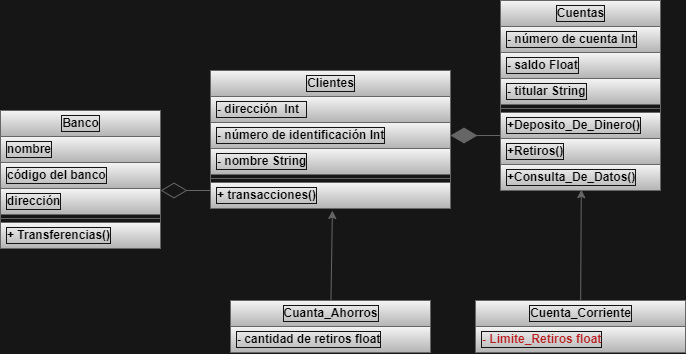
The draw.io diagram taller3.drawio.png in DiazMan27/Modelado_Diagram, before a commit. Source tidied: cells renumbered, new cells last; positions are measured from the earlier drawing's top-left corner, leaving out a move shared by most shapes.
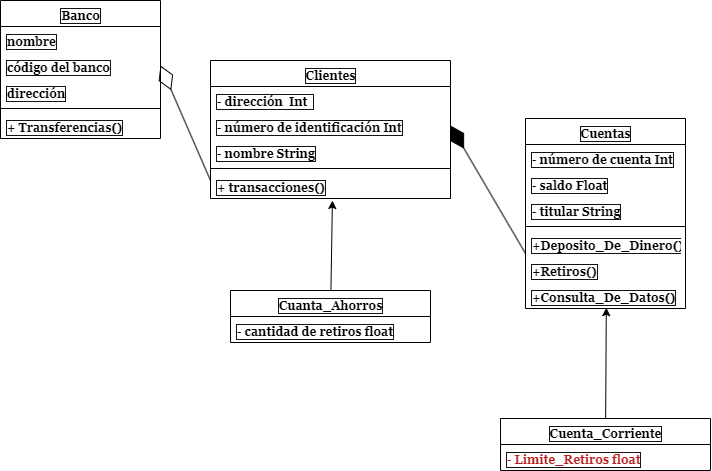
After the change.

Change to the diagram source:
```diff
@@ -1,92 +1,91 @@
-<mxGraphModel background="#171616" shadow="1">
+<mxGraphModel shadow="1">
   <root>
     <mxCell id="0" />
     <mxCell id="1" parent="0" />
-    <mxCell id="2" value="Banco" style="swimlane;fontStyle=1;align=center;verticalAlign=middle;horizontal=1;startSize=26;labelBackgroundColor=none;labelBorderColor=#161313;html=1;rounded=0;fillColor=#f5f5f5;strokeColor=#666666;gradientColor=#b3b3b3;fontColor=#000000;" parent="1" vertex="1">
-      <mxGeometry y="110" width="160" height="138" as="geometry" />
+    <mxCell id="2" value="Banco" style="swimlane;fontStyle=1;align=center;verticalAlign=bottom;horizontal=1;startSize=26;labelBackgroundColor=none;labelBorderColor=#161313;html=1;rounded=0;swimlaneLine=1;shadow=0;fixDash=0;fontFamily=Georgia;" parent="1" vertex="1">
+      <mxGeometry y="10" width="160" height="138" as="geometry" />
     </mxCell>
-    <mxCell id="3" value="nombre" style="text;align=left;verticalAlign=middle;spacingLeft=4;spacingRight=4;overflow=hidden;fontStyle=1;labelBackgroundColor=none;labelBorderColor=#161313;html=1;rounded=0;fillColor=#f5f5f5;strokeColor=#666666;gradientColor=#b3b3b3;fontColor=#000000;" parent="2" vertex="1">
+    <mxCell id="3" value="nombre" style="text;align=left;verticalAlign=bottom;spacingLeft=4;spacingRight=4;overflow=hidden;fontStyle=1;labelBackgroundColor=none;labelBorderColor=#161313;html=1;rounded=0;swimlaneLine=1;shadow=0;fixDash=0;fontFamily=Georgia;horizontal=1;" parent="2" vertex="1">
       <mxGeometry y="26" width="160" height="26" as="geometry" />
     </mxCell>
-    <mxCell id="4" value="código del banco" style="text;align=left;verticalAlign=middle;spacingLeft=4;spacingRight=4;overflow=hidden;points=[[0,0.5],[1,0.5]];portConstraint=eastwest;fontStyle=1;labelBackgroundColor=none;labelBorderColor=#161313;html=1;rounded=0;fillColor=#f5f5f5;strokeColor=#666666;gradientColor=#b3b3b3;fontColor=#000000;" parent="2" vertex="1">
+    <mxCell id="4" value="código del banco" style="text;align=left;verticalAlign=bottom;spacingLeft=4;spacingRight=4;overflow=hidden;points=[[0,0.5],[1,0.5]];portConstraint=eastwest;fontStyle=1;labelBackgroundColor=none;labelBorderColor=#161313;html=1;rounded=0;swimlaneLine=1;shadow=0;snapToPoint=0;fixDash=0;fontFamily=Georgia;horizontal=1;" parent="2" vertex="1">
       <mxGeometry y="52" width="160" height="26" as="geometry" />
     </mxCell>
-    <mxCell id="5" value="dirección" style="text;align=left;verticalAlign=middle;spacingLeft=4;spacingRight=4;overflow=hidden;fontStyle=1;labelBackgroundColor=none;labelBorderColor=#161313;html=1;rounded=0;fillColor=#f5f5f5;strokeColor=#666666;gradientColor=#b3b3b3;fontColor=#000000;" parent="2" vertex="1">
+    <mxCell id="5" value="dirección" style="text;align=left;verticalAlign=bottom;spacingLeft=4;spacingRight=4;overflow=hidden;fontStyle=1;labelBackgroundColor=none;labelBorderColor=#161313;html=1;rounded=0;swimlaneLine=1;shadow=0;fixDash=0;fontFamily=Georgia;horizontal=1;" parent="2" vertex="1">
       <mxGeometry y="78" width="160" height="26" as="geometry" />
     </mxCell>
-    <mxCell id="6" style="line;strokeWidth=1;align=left;verticalAlign=middle;spacingTop=-1;spacingLeft=3;spacingRight=3;labelPosition=right;fontStyle=1;labelBackgroundColor=none;labelBorderColor=#161313;html=1;rounded=0;fillColor=#f5f5f5;strokeColor=#666666;gradientColor=#b3b3b3;fontColor=#000000;" parent="2" vertex="1">
+    <mxCell id="6" style="line;strokeWidth=1;align=left;verticalAlign=bottom;spacingTop=-1;spacingLeft=3;spacingRight=3;labelPosition=right;fontStyle=1;labelBackgroundColor=none;labelBorderColor=#161313;html=1;rounded=0;swimlaneLine=1;shadow=0;fixDash=0;fontFamily=Georgia;horizontal=1;" parent="2" vertex="1">
       <mxGeometry y="104" width="160" height="8" as="geometry" />
     </mxCell>
-    <mxCell id="7" value="+ Transferencias()" style="text;align=left;verticalAlign=middle;spacingLeft=4;spacingRight=4;overflow=hidden;fontStyle=1;labelBackgroundColor=none;labelBorderColor=#161313;html=1;rounded=0;fillColor=#f5f5f5;strokeColor=#666666;gradientColor=#b3b3b3;fontColor=#000000;" parent="2" vertex="1">
+    <mxCell id="7" value="+ Transferencias()" style="text;align=left;verticalAlign=bottom;spacingLeft=4;spacingRight=4;overflow=hidden;fontStyle=1;labelBackgroundColor=none;labelBorderColor=#161313;html=1;rounded=0;swimlaneLine=1;shadow=0;fixDash=0;fontFamily=Georgia;horizontal=1;" parent="2" vertex="1">
       <mxGeometry y="112" width="160" height="26" as="geometry" />
     </mxCell>
-    <mxCell id="8" value="Cuentas" style="swimlane;fontStyle=1;align=center;verticalAlign=middle;horizontal=1;startSize=26;labelBackgroundColor=none;labelBorderColor=#161313;html=1;rounded=0;fillColor=#f5f5f5;strokeColor=#666666;gradientColor=#b3b3b3;fontColor=#000000;" parent="1" vertex="1">
-      <mxGeometry x="500" width="160" height="190" as="geometry" />
+    <mxCell id="8" value="Cuentas" style="swimlane;fontStyle=1;align=center;verticalAlign=bottom;horizontal=1;startSize=26;labelBackgroundColor=none;labelBorderColor=#161313;html=1;rounded=0;swimlaneLine=1;shadow=0;fixDash=0;fontFamily=Georgia;" parent="1" vertex="1">
+      <mxGeometry x="525" y="128" width="160" height="190" as="geometry" />
     </mxCell>
-    <mxCell id="9" value="- número de cuenta Int" style="text;align=left;verticalAlign=middle;spacingLeft=4;spacingRight=4;overflow=hidden;fontStyle=1;labelBackgroundColor=none;labelBorderColor=#161313;html=1;rounded=0;fillColor=#f5f5f5;strokeColor=#666666;gradientColor=#b3b3b3;fontColor=#000000;" parent="8" vertex="1">
+    <mxCell id="9" value="- número de cuenta Int" style="text;align=left;verticalAlign=bottom;spacingLeft=4;spacingRight=4;overflow=hidden;fontStyle=1;labelBackgroundColor=none;labelBorderColor=#161313;html=1;rounded=0;swimlaneLine=1;shadow=0;fixDash=0;fontFamily=Georgia;horizontal=1;" parent="8" vertex="1">
       <mxGeometry y="26" width="160" height="26" as="geometry" />
     </mxCell>
-    <mxCell id="10" value="- saldo Float" style="text;align=left;verticalAlign=middle;spacingLeft=4;spacingRight=4;overflow=hidden;fontStyle=1;labelBackgroundColor=none;labelBorderColor=#161313;html=1;rounded=0;fillColor=#f5f5f5;strokeColor=#666666;gradientColor=#b3b3b3;fontColor=#000000;" parent="8" vertex="1">
+    <mxCell id="10" value="- saldo Float" style="text;align=left;verticalAlign=bottom;spacingLeft=4;spacingRight=4;overflow=hidden;fontStyle=1;labelBackgroundColor=none;labelBorderColor=#161313;html=1;rounded=0;swimlaneLine=1;shadow=0;fixDash=0;fontFamily=Georgia;horizontal=1;" parent="8" vertex="1">
       <mxGeometry y="52" width="160" height="26" as="geometry" />
     </mxCell>
-    <mxCell id="11" value="- titular String" style="text;align=left;verticalAlign=middle;spacingLeft=4;spacingRight=4;overflow=hidden;fontStyle=1;labelBackgroundColor=none;labelBorderColor=#161313;html=1;rounded=0;fillColor=#f5f5f5;strokeColor=#666666;gradientColor=#b3b3b3;fontColor=#000000;" parent="8" vertex="1">
+    <mxCell id="11" value="- titular String" style="text;align=left;verticalAlign=bottom;spacingLeft=4;spacingRight=4;overflow=hidden;fontStyle=1;labelBackgroundColor=none;labelBorderColor=#161313;html=1;rounded=0;swimlaneLine=1;shadow=0;fixDash=0;fontFamily=Georgia;horizontal=1;" parent="8" vertex="1">
       <mxGeometry y="78" width="160" height="26" as="geometry" />
     </mxCell>
-    <mxCell id="12" style="line;strokeWidth=1;align=left;verticalAlign=middle;spacingTop=-1;spacingLeft=3;spacingRight=3;labelPosition=right;fontStyle=1;labelBackgroundColor=none;labelBorderColor=#161313;html=1;rounded=0;fillColor=#f5f5f5;strokeColor=#666666;gradientColor=#b3b3b3;fontColor=#000000;" parent="8" vertex="1">
+    <mxCell id="12" style="line;strokeWidth=1;align=left;verticalAlign=bottom;spacingTop=-1;spacingLeft=3;spacingRight=3;labelPosition=right;fontStyle=1;labelBackgroundColor=none;labelBorderColor=#161313;html=1;rounded=0;swimlaneLine=1;shadow=0;fixDash=0;fontFamily=Georgia;horizontal=1;" parent="8" vertex="1">
       <mxGeometry y="104" width="160" height="8" as="geometry" />
     </mxCell>
-    <mxCell id="13" value="+Deposito_De_Dinero()" style="text;align=left;verticalAlign=middle;spacingLeft=4;spacingRight=4;overflow=hidden;points=[[0,0.5],[1,0.5]];portConstraint=eastwest;fontStyle=1;labelBackgroundColor=none;labelBorderColor=#161313;html=1;rounded=0;fillColor=#f5f5f5;strokeColor=#666666;gradientColor=#b3b3b3;fontColor=#000000;" parent="8" vertex="1">
+    <mxCell id="13" value="+Deposito_De_Dinero()" style="text;align=left;verticalAlign=bottom;spacingLeft=4;spacingRight=4;overflow=hidden;points=[[0,0.5],[1,0.5]];portConstraint=eastwest;fontStyle=1;labelBackgroundColor=none;labelBorderColor=#161313;html=1;rounded=0;swimlaneLine=1;shadow=0;snapToPoint=0;fixDash=0;fontFamily=Georgia;horizontal=1;" parent="8" vertex="1">
       <mxGeometry y="112" width="160" height="26" as="geometry" />
     </mxCell>
-    <mxCell id="14" value="+Retiros()" style="text;align=left;verticalAlign=middle;spacingLeft=4;spacingRight=4;overflow=hidden;fontStyle=1;labelBackgroundColor=none;labelBorderColor=#161313;html=1;rounded=0;fillColor=#f5f5f5;strokeColor=#666666;gradientColor=#b3b3b3;fontColor=#000000;" parent="8" vertex="1">
+    <mxCell id="14" value="+Retiros()" style="text;align=left;verticalAlign=bottom;spacingLeft=4;spacingRight=4;overflow=hidden;fontStyle=1;labelBackgroundColor=none;labelBorderColor=#161313;html=1;rounded=0;swimlaneLine=1;shadow=0;fixDash=0;fontFamily=Georgia;horizontal=1;" parent="8" vertex="1">
       <mxGeometry y="138" width="160" height="26" as="geometry" />
     </mxCell>
-    <mxCell id="15" value="+Consulta_De_Datos()" style="text;align=left;verticalAlign=middle;spacingLeft=4;spacingRight=4;overflow=hidden;points=[[0,0.5],[1,0.5]];portConstraint=eastwest;fontStyle=1;labelBackgroundColor=none;labelBorderColor=#161313;html=1;rounded=0;fillColor=#f5f5f5;strokeColor=#666666;gradientColor=#b3b3b3;fontColor=#000000;" parent="8" vertex="1">
+    <mxCell id="15" value="+Consulta_De_Datos()" style="text;align=left;verticalAlign=bottom;spacingLeft=4;spacingRight=4;overflow=hidden;points=[[0,0.5],[1,0.5]];portConstraint=eastwest;fontStyle=1;labelBackgroundColor=none;labelBorderColor=#161313;html=1;rounded=0;swimlaneLine=1;shadow=0;snapToPoint=0;fixDash=0;fontFamily=Georgia;horizontal=1;" parent="8" vertex="1">
       <mxGeometry y="164" width="160" height="26" as="geometry" />
     </mxCell>
-    <mxCell id="16" value="Clientes" style="swimlane;fontStyle=1;align=center;verticalAlign=middle;horizontal=1;startSize=26;labelBackgroundColor=none;labelBorderColor=#161313;html=1;rounded=0;fillColor=#f5f5f5;strokeColor=#666666;gradientColor=#b3b3b3;fontColor=#000000;" parent="1" vertex="1">
+    <mxCell id="16" value="Clientes" style="swimlane;fontStyle=1;align=center;verticalAlign=bottom;horizontal=1;startSize=26;labelBackgroundColor=none;labelBorderColor=#161313;html=1;rounded=0;swimlaneLine=1;shadow=0;fixDash=0;fontFamily=Georgia;" parent="1" vertex="1">
       <mxGeometry x="210" y="70" width="240" height="138" as="geometry" />
     </mxCell>
-    <mxCell id="17" value="- dirección&amp;nbsp; Int&amp;nbsp;&amp;nbsp;" style="text;align=left;verticalAlign=middle;spacingLeft=4;spacingRight=4;overflow=hidden;fontStyle=1;labelBackgroundColor=none;labelBorderColor=#161313;html=1;rounded=0;fillColor=#f5f5f5;strokeColor=#666666;gradientColor=#b3b3b3;fontColor=#000000;" parent="16" vertex="1">
+    <mxCell id="17" value="- dirección&amp;nbsp; Int&amp;nbsp;&amp;nbsp;" style="text;align=left;verticalAlign=bottom;spacingLeft=4;spacingRight=4;overflow=hidden;fontStyle=1;labelBackgroundColor=none;labelBorderColor=#161313;html=1;rounded=0;swimlaneLine=1;shadow=0;fixDash=0;fontFamily=Georgia;horizontal=1;" parent="16" vertex="1">
       <mxGeometry y="26" width="240" height="26" as="geometry" />
     </mxCell>
-    <mxCell id="18" value="- número de identificación Int" style="text;align=left;verticalAlign=middle;spacingLeft=4;spacingRight=4;overflow=hidden;points=[[0,0.5],[1,0.5]];portConstraint=eastwest;fontStyle=1;labelBackgroundColor=none;labelBorderColor=#161313;html=1;rounded=0;fillColor=#f5f5f5;strokeColor=#666666;gradientColor=#b3b3b3;fontColor=#000000;" parent="16" vertex="1">
+    <mxCell id="18" value="- número de identificación Int" style="text;align=left;verticalAlign=bottom;spacingLeft=4;spacingRight=4;overflow=hidden;points=[[0,0.5],[1,0.5]];portConstraint=eastwest;fontStyle=1;labelBackgroundColor=none;labelBorderColor=#161313;html=1;rounded=0;swimlaneLine=1;shadow=0;snapToPoint=0;fixDash=0;fontFamily=Georgia;horizontal=1;" parent="16" vertex="1">
       <mxGeometry y="52" width="240" height="26" as="geometry" />
     </mxCell>
-    <mxCell id="19" value="- nombre String" style="text;align=left;verticalAlign=middle;spacingLeft=4;spacingRight=4;overflow=hidden;fontStyle=1;labelBackgroundColor=none;labelBorderColor=#161313;html=1;rounded=0;fillColor=#f5f5f5;strokeColor=#666666;gradientColor=#b3b3b3;fontColor=#000000;" parent="16" vertex="1">
+    <mxCell id="19" value="- nombre String" style="text;align=left;verticalAlign=bottom;spacingLeft=4;spacingRight=4;overflow=hidden;fontStyle=1;labelBackgroundColor=none;labelBorderColor=#161313;html=1;rounded=0;swimlaneLine=1;shadow=0;fixDash=0;fontFamily=Georgia;horizontal=1;" parent="16" vertex="1">
       <mxGeometry y="78" width="240" height="26" as="geometry" />
     </mxCell>
-    <mxCell id="20" style="line;strokeWidth=1;align=left;verticalAlign=middle;spacingTop=-1;spacingLeft=3;spacingRight=3;labelPosition=right;fontStyle=1;labelBackgroundColor=none;labelBorderColor=#161313;html=1;rounded=0;fillColor=#f5f5f5;strokeColor=#666666;gradientColor=#b3b3b3;fontColor=#000000;" parent="16" vertex="1">
+    <mxCell id="20" style="line;strokeWidth=1;align=left;verticalAlign=bottom;spacingTop=-1;spacingLeft=3;spacingRight=3;labelPosition=right;fontStyle=1;labelBackgroundColor=none;labelBorderColor=#161313;html=1;rounded=0;swimlaneLine=1;shadow=0;fixDash=0;fontFamily=Georgia;horizontal=1;" parent="16" vertex="1">
       <mxGeometry y="104" width="240" height="8" as="geometry" />
     </mxCell>
-    <mxCell id="21" value="+ transacciones()" style="text;align=left;verticalAlign=middle;spacingLeft=4;spacingRight=4;overflow=hidden;points=[[0,0.5],[1,0.5]];portConstraint=eastwest;fontStyle=1;labelBackgroundColor=none;labelBorderColor=#161313;html=1;rounded=0;fillColor=#f5f5f5;strokeColor=#666666;gradientColor=#b3b3b3;fontColor=#000000;" parent="16" vertex="1">
+    <mxCell id="21" value="+ transacciones()" style="text;align=left;verticalAlign=bottom;spacingLeft=4;spacingRight=4;overflow=hidden;points=[[0,0.5],[1,0.5]];portConstraint=eastwest;fontStyle=1;labelBackgroundColor=none;labelBorderColor=#161313;html=1;rounded=0;swimlaneLine=1;shadow=0;snapToPoint=0;fixDash=0;fontFamily=Georgia;horizontal=1;" parent="16" vertex="1">
       <mxGeometry y="112" width="240" height="26" as="geometry" />
     </mxCell>
-    <mxCell id="22" style="edgeStyle=none;entryX=0.508;entryY=1.077;entryDx=0;entryDy=0;entryPerimeter=0;fontColor=#000000;fontStyle=1;verticalAlign=middle;labelBackgroundColor=none;labelBorderColor=#161313;html=1;fillColor=#f5f5f5;strokeColor=#666666;gradientColor=#b3b3b3;rounded=0;" parent="1" edge="1" source="23" target="21">
+    <mxCell id="22" style="edgeStyle=none;entryX=0.508;entryY=1.077;entryDx=0;entryDy=0;entryPerimeter=0;fontColor=#000000;fontStyle=1;verticalAlign=bottom;labelBackgroundColor=none;labelBorderColor=#161313;html=1;rounded=0;swimlaneLine=1;shadow=0;snapToPoint=0;fixDash=0;fontFamily=Georgia;horizontal=1;" parent="1" edge="1" source="23" target="21">
       <mxGeometry relative="1" as="geometry" />
     </mxCell>
-    <mxCell id="23" value="Cuanta_Ahorros" style="swimlane;fontStyle=1;align=center;verticalAlign=middle;horizontal=1;startSize=26;labelBackgroundColor=none;labelBorderColor=#161313;html=1;rounded=0;fillColor=#f5f5f5;strokeColor=#666666;gradientColor=#b3b3b3;fontColor=#000000;" parent="1" vertex="1">
+    <mxCell id="23" value="Cuanta_Ahorros" style="swimlane;fontStyle=1;align=center;verticalAlign=bottom;horizontal=1;startSize=26;labelBackgroundColor=none;labelBorderColor=#161313;html=1;rounded=0;swimlaneLine=1;shadow=0;snapToPoint=0;fixDash=0;fontFamily=Georgia;" parent="1" vertex="1">
       <mxGeometry x="230" y="300" width="200" height="52" as="geometry" />
     </mxCell>
-    <mxCell id="24" value="- cantidad de retiros float" style="text;align=left;verticalAlign=middle;spacingLeft=4;spacingRight=4;overflow=hidden;fontStyle=1;labelBackgroundColor=none;labelBorderColor=#161313;html=1;rounded=0;fillColor=#f5f5f5;strokeColor=#666666;gradientColor=#b3b3b3;fontColor=#000000;" parent="23" vertex="1">
+    <mxCell id="24" value="- cantidad de retiros float" style="text;align=left;verticalAlign=bottom;spacingLeft=4;spacingRight=4;overflow=hidden;fontStyle=1;labelBackgroundColor=none;labelBorderColor=#161313;html=1;rounded=0;swimlaneLine=1;shadow=0;fixDash=0;fontFamily=Georgia;horizontal=1;" parent="23" vertex="1">
       <mxGeometry y="26" width="200" height="26" as="geometry" />
     </mxCell>
-    <mxCell id="25" style="edgeStyle=none;entryX=0.505;entryY=0.969;entryDx=0;entryDy=0;entryPerimeter=0;fontColor=#000000;fontStyle=1;verticalAlign=middle;labelBackgroundColor=none;labelBorderColor=#161313;html=1;fillColor=#f5f5f5;strokeColor=#666666;gradientColor=#b3b3b3;rounded=0;" parent="1" edge="1" source="26" target="15">
+    <mxCell id="25" style="edgeStyle=none;entryX=0.505;entryY=0.969;entryDx=0;entryDy=0;entryPerimeter=0;fontColor=#000000;fontStyle=1;verticalAlign=bottom;labelBackgroundColor=none;labelBorderColor=#161313;html=1;rounded=0;swimlaneLine=1;shadow=0;snapToPoint=0;fixDash=0;fontFamily=Georgia;horizontal=1;" parent="1" edge="1" source="26" target="15">
       <mxGeometry relative="1" as="geometry" />
     </mxCell>
-    <mxCell id="26" value="Cuenta_Corriente" style="swimlane;fontStyle=1;align=center;verticalAlign=middle;horizontal=1;startSize=26;labelBackgroundColor=none;labelBorderColor=#161313;html=1;rounded=0;fillColor=#f5f5f5;strokeColor=#666666;gradientColor=#b3b3b3;fontColor=#000000;" parent="1" vertex="1">
-      <mxGeometry x="475" y="300" width="210" height="52" as="geometry" />
+    <mxCell id="26" value="Cuenta_Corriente" style="swimlane;fontStyle=1;align=center;verticalAlign=bottom;horizontal=1;startSize=26;labelBackgroundColor=none;labelBorderColor=#161313;html=1;rounded=0;swimlaneLine=1;shadow=0;snapToPoint=0;fixDash=0;fontFamily=Georgia;" parent="1" vertex="1">
+      <mxGeometry x="500" y="428" width="210" height="52" as="geometry" />
     </mxCell>
-    <mxCell id="27" value="&lt;font color=&quot;#b81e1e&quot;&gt;- Limite_Retiros float&lt;/font&gt;" style="text;align=left;verticalAlign=middle;spacingLeft=4;spacingRight=4;overflow=hidden;fontStyle=1;labelBackgroundColor=none;labelBorderColor=#161313;html=1;rounded=0;fillColor=#f5f5f5;strokeColor=#666666;gradientColor=#b3b3b3;fontColor=#000000;" parent="26" vertex="1">
+    <mxCell id="27" value="&lt;font color=&quot;#b81e1e&quot;&gt;- Limite_Retiros float&lt;/font&gt;" style="text;align=left;verticalAlign=bottom;spacingLeft=4;spacingRight=4;overflow=hidden;fontStyle=1;labelBackgroundColor=none;labelBorderColor=#161313;html=1;rounded=0;swimlaneLine=1;shadow=0;fixDash=0;fontFamily=Georgia;horizontal=1;" parent="26" vertex="1">
       <mxGeometry y="26" width="210" height="26" as="geometry" />
     </mxCell>
-    <mxCell id="28" style="endArrow=diamondThin;endFill=0;endSize=24;fontColor=#000000;fontStyle=1;verticalAlign=middle;labelBackgroundColor=none;labelBorderColor=#161313;html=1;fillColor=#f5f5f5;strokeColor=#666666;gradientColor=#b3b3b3;rounded=0;" parent="1" edge="1">
+    <mxCell id="28" style="endArrow=diamondThin;endFill=0;endSize=24;fontColor=#000000;fontStyle=1;verticalAlign=bottom;labelBackgroundColor=none;labelBorderColor=#161313;html=1;rounded=0;swimlaneLine=1;shadow=0;snapToPoint=0;fixDash=0;fontFamily=Georgia;horizontal=1;entryX=1;entryY=0.5;entryDx=0;entryDy=0;" parent="1" edge="1" target="4">
       <mxGeometry relative="1" as="geometry">
         <mxPoint x="210" y="190" as="sourcePoint" />
-        <mxPoint x="160" y="190" as="targetPoint" />
       </mxGeometry>
     </mxCell>
-    <mxCell id="29" style="endArrow=diamondThin;endFill=1;endSize=24;entryX=1;entryY=0.5;entryDx=0;entryDy=0;exitX=0;exitY=0.885;exitDx=0;exitDy=0;exitPerimeter=0;fontColor=#000000;fontStyle=1;verticalAlign=middle;labelBackgroundColor=none;labelBorderColor=#161313;html=1;fillColor=#f5f5f5;strokeColor=#666666;gradientColor=#b3b3b3;rounded=0;" parent="1" edge="1" source="13" target="18">
+    <mxCell id="29" style="endArrow=diamondThin;endFill=1;endSize=24;entryX=1;entryY=0.5;entryDx=0;entryDy=0;exitX=0;exitY=0.885;exitDx=0;exitDy=0;exitPerimeter=0;fontColor=#000000;fontStyle=1;verticalAlign=bottom;labelBackgroundColor=none;labelBorderColor=#161313;html=1;rounded=0;swimlaneLine=1;shadow=0;snapToPoint=0;fixDash=0;fontFamily=Georgia;horizontal=1;" parent="1" edge="1" source="13" target="18">
       <mxGeometry relative="1" as="geometry" />
     </mxCell>
   </root>
```
